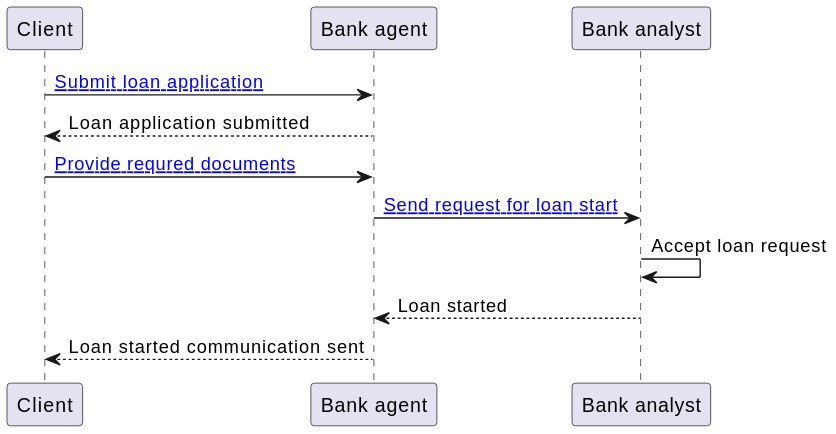
PawelJaworski/ddd-loan-application keeps this PlantUML diagram as model/activity_diagram.svg. Above is the earlier version.
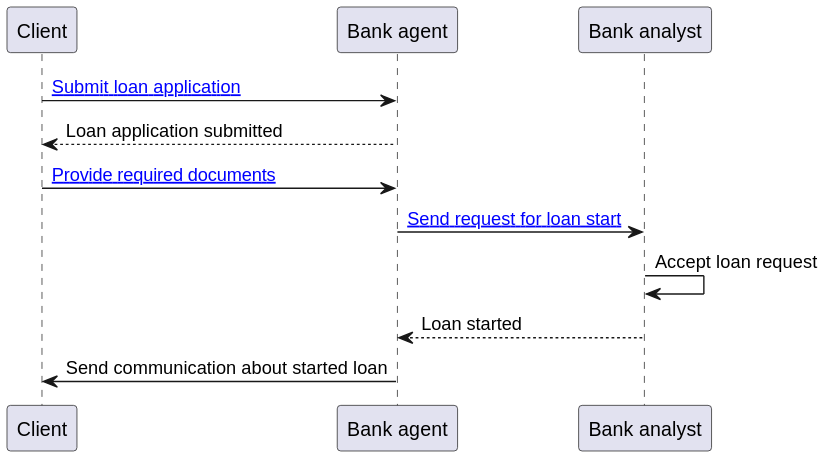
Later version of the same file.

Change to the diagram source:
```diff
@@ -1,9 +1,9 @@
 @startuml
-Client -> "Bank agent" : [[https://github.com/PawelJaworski/ddd-loan-application/blob/master/src/main/java/pl/javorek/ddd/service/applicationforloan/application/cmd/ApplicationForALoanCmdFacade.java#L24 Submit loan application]]
+Client -> "Bank agent" : [[https://github.com/PawelJaworski/ddd-loan-application/blob/main/src/main/java/pl/javorek/ddd/service/applicationforloan/application/command/ApplicationForALoanCmdFacade.java Submit loan application]]
 "Bank agent" --> "Client" : Loan application submitted
-Client -> "Bank agent" : [[https://github.com/PawelJaworski/ddd-loan-application/blob/master/src/main/java/pl/javorek/ddd/service/applicationforloan/application/cmd/ApplicationForALoanCmdFacade.java#L38 Provide requred documents]]
-"Bank agent" -> "Bank analyst" : [[https://github.com/PawelJaworski/ddd-loan-application/blob/master/src/main/java/pl/javorek/ddd/service/applicationforloan/application/cmd/ApplicationForALoanCmdFacade.java#L38 Send request for loan start]]
+Client -> "Bank agent" : [[https://github.com/PawelJaworski/ddd-loan-application/blob/main/src/main/java/pl/javorek/ddd/service/applicationforloan/application/command/ApplicationForALoanCmdFacade.java Provide required documents]]
+"Bank agent" -> "Bank analyst" : [[https://github.com/PawelJaworski/ddd-loan-application/blob/main/src/main/java/pl/javorek/ddd/service/applicationforloan/application/command/ApplicationForALoanCmdFacade.java Send request for loan start]]
 "Bank analyst" -> "Bank analyst" : Accept loan request
 "Bank analyst" --> "Bank agent" : Loan started
-"Bank agent" --> "Client" : Loan started communication sent
+"Bank agent" -> "Client" : Send communication about started loan
 @enduml
```
